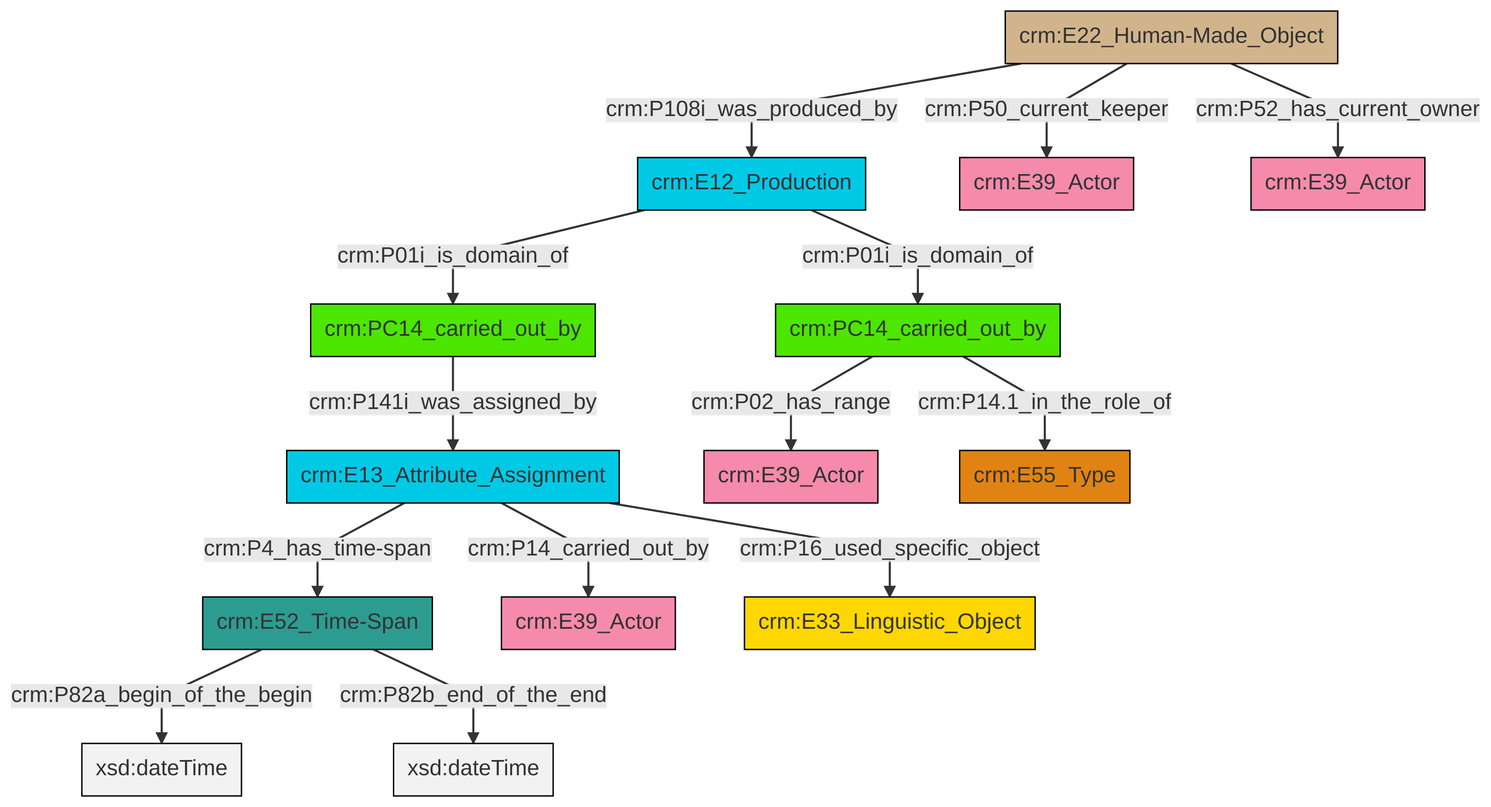
This is et/carrierCSV/ttl/mmd/png/carrier_relations.png from swiss-art-research-net/docs.swissartresearch, a Mermaid export, as it was before one commit. Its source is kept beside it as et/carrierCSV/ttl/mmd/carrier_relations.ttl.mmd.
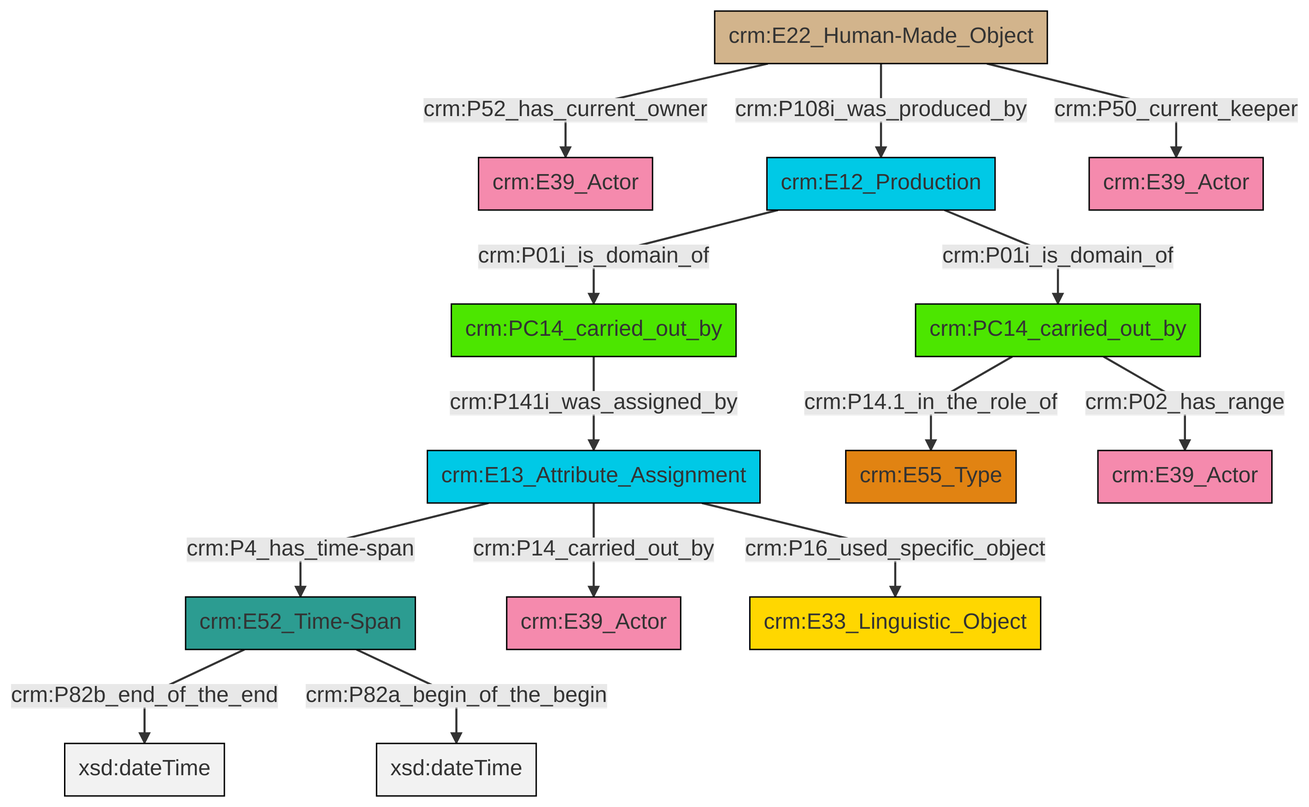
The same diagram one commit later.

Diff of the diagram source:
```diff
@@ -13,16 +13,16 @@
 classDef PC_Classes fill:#4ce600, stroke:#000000;
 classDef Multi fill:#cccccc,stroke:#000000;
 
-2["crm:E22_Human-Made_Object"]:::Physical_Thing -->|crm:P108i_was_produced_by| 6["crm:E12_Production"]:::Temporal_Entity
-9["crm:E13_Attribute_Assignment"]:::Temporal_Entity -->|crm:P4_has_time-span| 0["crm:E52_Time-Span"]:::Time-Span
-9["crm:E13_Attribute_Assignment"]:::Temporal_Entity -->|crm:P14_carried_out_by| 10["crm:E39_Actor"]:::Actor
-4["crm:PC14_carried_out_by"]:::PC_Classes -->|crm:P141i_was_assigned_by| 9["crm:E13_Attribute_Assignment"]:::Temporal_Entity
-6["crm:E12_Production"]:::Temporal_Entity -->|crm:P01i_is_domain_of| 4["crm:PC14_carried_out_by"]:::PC_Classes
-13["crm:PC14_carried_out_by"]:::PC_Classes -->|crm:P02_has_range| 7["crm:E39_Actor"]:::Actor
-13["crm:PC14_carried_out_by"]:::PC_Classes -->|crm:P14.1_in_the_role_of| 15["crm:E55_Type"]:::Type
-2["crm:E22_Human-Made_Object"]:::Physical_Thing -->|crm:P50_current_keeper| 11["crm:E39_Actor"]:::Actor
-0["crm:E52_Time-Span"]:::Time-Span -->|crm:P82a_begin_of_the_begin| 22[xsd:dateTime]:::Literal
-6["crm:E12_Production"]:::Temporal_Entity -->|crm:P01i_is_domain_of| 13["crm:PC14_carried_out_by"]:::PC_Classes
-9["crm:E13_Attribute_Assignment"]:::Temporal_Entity -->|crm:P16_used_specific_object| 23["crm:E33_Linguistic_Object"]:::Conceptual_Object
-2["crm:E22_Human-Made_Object"]:::Physical_Thing -->|crm:P52_has_current_owner| 20["crm:E39_Actor"]:::Actor
-0["crm:E52_Time-Span"]:::Time-Span -->|crm:P82b_end_of_the_end| 25[xsd:dateTime]:::Literal
+2["crm:E22_Human-Made_Object"]:::Physical_Thing -->|crm:P108i_was_produced_by| 3["crm:E12_Production"]:::Temporal_Entity
+4["crm:E52_Time-Span"]:::Time-Span -->|crm:P82b_end_of_the_end| 5[xsd:dateTime]:::Literal
+3["crm:E12_Production"]:::Temporal_Entity -->|crm:P01i_is_domain_of| 6["crm:PC14_carried_out_by"]:::PC_Classes
+7["crm:E13_Attribute_Assignment"]:::Temporal_Entity -->|crm:P14_carried_out_by| 8["crm:E39_Actor"]:::Actor
+2["crm:E22_Human-Made_Object"]:::Physical_Thing -->|crm:P52_has_current_owner| 0["crm:E39_Actor"]:::Actor
+16["crm:PC14_carried_out_by"]:::PC_Classes -->|crm:P14.1_in_the_role_of| 14["crm:E55_Type"]:::Type
+2["crm:E22_Human-Made_Object"]:::Physical_Thing -->|crm:P50_current_keeper| 17["crm:E39_Actor"]:::Actor
+6["crm:PC14_carried_out_by"]:::PC_Classes -->|crm:P141i_was_assigned_by| 7["crm:E13_Attribute_Assignment"]:::Temporal_Entity
+16["crm:PC14_carried_out_by"]:::PC_Classes -->|crm:P02_has_range| 21["crm:E39_Actor"]:::Actor
+7["crm:E13_Attribute_Assignment"]:::Temporal_Entity -->|crm:P4_has_time-span| 4["crm:E52_Time-Span"]:::Time-Span
+4["crm:E52_Time-Span"]:::Time-Span -->|crm:P82a_begin_of_the_begin| 24[xsd:dateTime]:::Literal
+3["crm:E12_Production"]:::Temporal_Entity -->|crm:P01i_is_domain_of| 16["crm:PC14_carried_out_by"]:::PC_Classes
+7["crm:E13_Attribute_Assignment"]:::Temporal_Entity -->|crm:P16_used_specific_object| 10["crm:E33_Linguistic_Object"]:::Conceptual_Object
```
